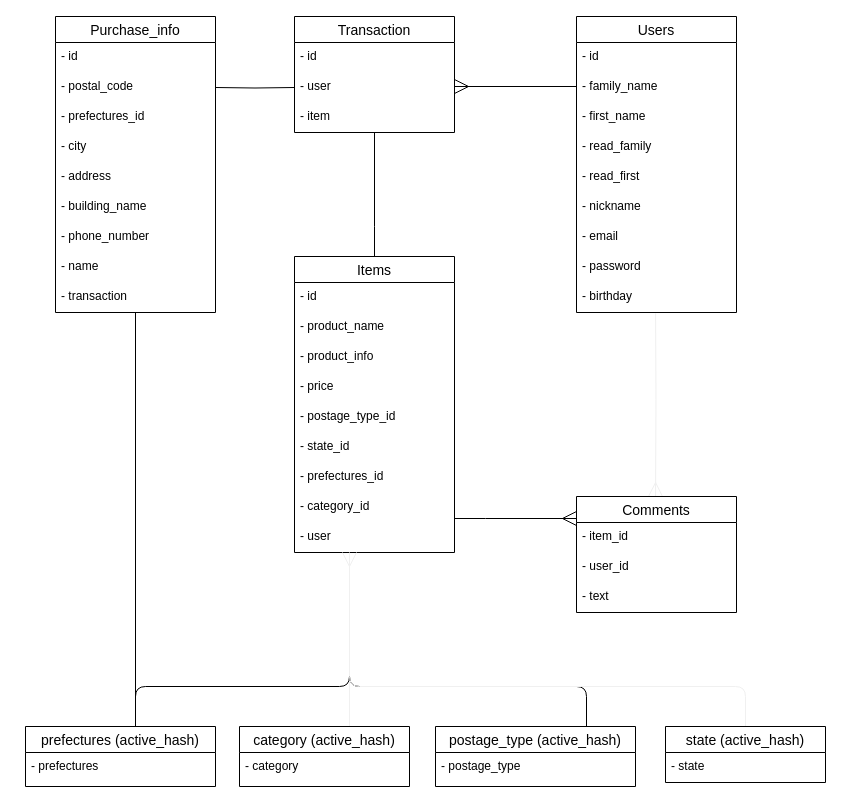
Before: erd.dio in syunryokei/furima-35656, a draw.io diagram. Source tidied: cells renumbered, new cells numbered last; positions are measured from the earlier drawing's top-left corner, leaving out a move shared by most shapes. Both pictures are drawn from the tidied source at 100%, with x=0, y=0 at pixel (25, 16).
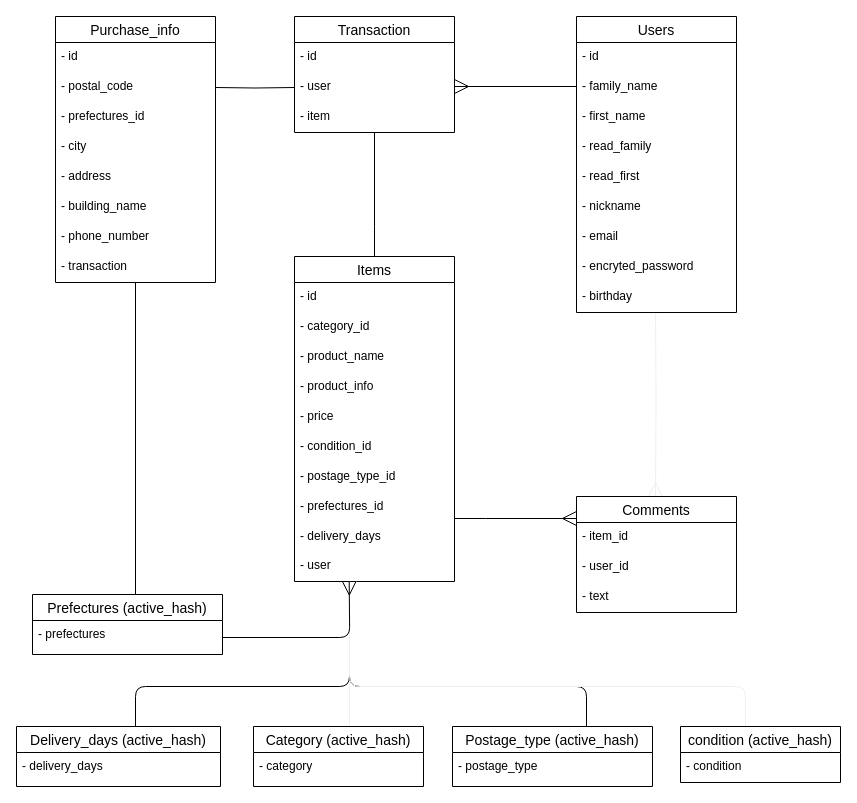
After the change.

The change refers to these unchanged cells:
```xml
<mxCell id="2" value="Users" style="swimlane;fontStyle=0;horizontal=1;startSize=26;align=center;fontSize=14;direction=east;" parent="1" vertex="1">
  <mxGeometry x="551" width="160" height="296" as="geometry" />
</mxCell>
```

Diff of the diagram source:
```diff
@@
-    <mxCell id="10" value="- password" style="text;strokeColor=none;fillColor=none;spacingLeft=4;spacingRight=4;overflow=hidden;fontSize=12;" parent="2" vertex="1">
+    <mxCell id="10" value="- encryted_password" style="text;strokeColor=none;fillColor=none;spacingLeft=4;spacingRight=4;overflow=hidden;fontSize=12;" parent="2" vertex="1">
       <mxGeometry y="236" width="160" height="30" as="geometry" />
     </mxCell>
@@
     <mxCell id="13" value="Items" style="swimlane;fontStyle=0;horizontal=1;startSize=26;align=center;fontSize=14;" parent="1" vertex="1">
-      <mxGeometry x="269" y="240" width="160" height="296" as="geometry" />
+      <mxGeometry x="269" y="240" width="160" height="325" as="geometry" />
     </mxCell>
@@
+    <mxCell id="21" value="- category_id" style="text;strokeColor=none;fillColor=none;spacingLeft=4;spacingRight=4;overflow=hidden;fontSize=12;" parent="13" vertex="1">
+      <mxGeometry y="56" width="160" height="30" as="geometry" />
+    </mxCell>
     <mxCell id="15" value="- product_name" style="text;strokeColor=none;fillColor=none;spacingLeft=4;spacingRight=4;overflow=hidden;fontSize=12;" parent="13" vertex="1">
-      <mxGeometry y="56" width="160" height="30" as="geometry" />
+      <mxGeometry y="86" width="160" height="30" as="geometry" />
     </mxCell>
     <mxCell id="16" value="- product_info" style="text;strokeColor=none;fillColor=none;spacingLeft=4;spacingRight=4;overflow=hidden;fontSize=12;" parent="13" vertex="1">
-      <mxGeometry y="86" width="160" height="30" as="geometry" />
+      <mxGeometry y="116" width="160" height="30" as="geometry" />
     </mxCell>
     <mxCell id="17" value="- price" style="text;strokeColor=none;fillColor=none;spacingLeft=4;spacingRight=4;overflow=hidden;fontSize=12;" parent="13" vertex="1">
-      <mxGeometry y="116" width="160" height="30" as="geometry" />
+      <mxGeometry y="146" width="160" height="30" as="geometry" />
     </mxCell>
+    <mxCell id="19" value="- condition_id" style="text;strokeColor=none;fillColor=none;spacingLeft=4;spacingRight=4;overflow=hidden;fontSize=12;" parent="13" vertex="1">
+      <mxGeometry y="176" width="160" height="30" as="geometry" />
+    </mxCell>
     <mxCell id="18" value="- postage_type_id" style="text;strokeColor=none;fillColor=none;spacingLeft=4;spacingRight=4;overflow=hidden;fontSize=12;" parent="13" vertex="1">
-      <mxGeometry y="146" width="160" height="30" as="geometry" />
+      <mxGeometry y="206" width="160" height="30" as="geometry" />
     </mxCell>
-    <mxCell id="19" value="- state_id" style="text;strokeColor=none;fillColor=none;spacingLeft=4;spacingRight=4;overflow=hidden;fontSize=12;" parent="13" vertex="1">
-      <mxGeometry y="176" width="160" height="30" as="geometry" />
-    </mxCell>
     <mxCell id="20" value="- prefectures_id" style="text;strokeColor=none;fillColor=none;spacingLeft=4;spacingRight=4;overflow=hidden;fontSize=12;" parent="13" vertex="1">
-      <mxGeometry y="206" width="160" height="30" as="geometry" />
+      <mxGeometry y="236" width="160" height="30" as="geometry" />
     </mxCell>
-    <mxCell id="21" value="- category_id" style="text;strokeColor=none;fillColor=none;spacingLeft=4;spacingRight=4;overflow=hidden;fontSize=12;" parent="13" vertex="1">
-      <mxGeometry y="236" width="160" height="30" as="geometry" />
-    </mxCell>
+    <mxCell id="58" value="- delivery_days" style="text;strokeColor=none;fillColor=none;spacingLeft=4;spacingRight=4;overflow=hidden;fontSize=12;" parent="13" vertex="1">
+      <mxGeometry y="266" width="160" height="29" as="geometry" />
+    </mxCell>
     <mxCell id="22" value="- user" style="text;strokeColor=none;fillColor=none;spacingLeft=4;spacingRight=4;overflow=hidden;points=[[0,0.5],[1,0.5]];portConstraint=eastwest;fontSize=12;" parent="13" vertex="1">
-      <mxGeometry y="266" width="160" height="30" as="geometry" />
+      <mxGeometry y="295" width="160" height="30" as="geometry" />
     </mxCell>
@@
-    <mxCell id="24" value="category (active_hash)" style="swimlane;fontStyle=0;horizontal=1;startSize=26;align=center;fontSize=14;" parent="1" vertex="1">
-      <mxGeometry x="214" y="710" width="170" height="60" as="geometry" />
+    <mxCell id="24" value="Category (active_hash)" style="swimlane;fontStyle=0;horizontal=1;startSize=26;align=center;fontSize=14;" parent="1" vertex="1">
+      <mxGeometry x="228" y="710" width="170" height="60" as="geometry" />
     </mxCell>
@@
-    <mxCell id="26" value="prefectures (active_hash)" style="swimlane;fontStyle=0;horizontal=1;startSize=26;align=center;fontSize=14;" parent="1" vertex="1">
-      <mxGeometry y="710" width="190" height="60" as="geometry" />
+    <mxCell id="26" value="Delivery_days (active_hash)" style="swimlane;fontStyle=0;horizontal=1;startSize=26;align=center;fontSize=14;" parent="1" vertex="1">
+      <mxGeometry x="-9" y="710" width="204" height="60" as="geometry" />
     </mxCell>
-    <mxCell id="27" value="- prefectures" style="text;strokeColor=none;fillColor=none;spacingLeft=4;spacingRight=4;overflow=hidden;fontSize=12;" parent="26" vertex="1">
-      <mxGeometry y="26" width="190" height="34" as="geometry" />
+    <mxCell id="27" value="- delivery_days" style="text;strokeColor=none;fillColor=none;spacingLeft=4;spacingRight=4;overflow=hidden;fontSize=12;" parent="26" vertex="1">
+      <mxGeometry y="26" width="204" height="34" as="geometry" />
     </mxCell>
-    <mxCell id="28" value="postage_type (active_hash)" style="swimlane;fontStyle=0;horizontal=1;startSize=26;align=center;fontSize=14;" parent="1" vertex="1">
-      <mxGeometry x="410" y="710" width="200" height="60" as="geometry" />
+    <mxCell id="28" value="Postage_type (active_hash)" style="swimlane;fontStyle=0;horizontal=1;startSize=26;align=center;fontSize=14;" parent="1" vertex="1">
+      <mxGeometry x="427" y="710" width="200" height="60" as="geometry" />
     </mxCell>
@@
-    <mxCell id="41" style="edgeStyle=orthogonalEdgeStyle;rounded=1;jumpSize=6;jettySize=auto;html=1;exitX=0.5;exitY=0;exitDx=0;exitDy=0;startArrow=none;startFill=0;endArrow=none;endFill=0;startSize=12;endSize=12;strokeColor=#f0f0f0;" parent="1" edge="1" source="42" target="22">
+    <mxCell id="41" style="edgeStyle=orthogonalEdgeStyle;rounded=1;jumpSize=6;jettySize=auto;html=1;startArrow=none;startFill=0;endArrow=none;endFill=0;startSize=12;endSize=12;strokeColor=#f0f0f0;" parent="1" edge="1" source="42" target="22">
       <mxGeometry relative="1" as="geometry">
         <Array as="points">
           <mxPoint x="720" y="670" />
           <mxPoint x="324" y="670" />
         </Array>
       </mxGeometry>
     </mxCell>
-    <mxCell id="42" value="state (active_hash)" style="swimlane;fontStyle=0;horizontal=1;startSize=26;align=center;fontSize=14;" parent="1" vertex="1">
-      <mxGeometry x="640" y="710" width="160" height="56" as="geometry" />
+    <mxCell id="42" value="condition (active_hash)" style="swimlane;fontStyle=0;horizontal=1;startSize=26;align=center;fontSize=14;" parent="1" vertex="1">
+      <mxGeometry x="655" y="710" width="160" height="56" as="geometry" />
     </mxCell>
-    <mxCell id="43" value="- state" style="text;strokeColor=none;fillColor=none;spacingLeft=4;spacingRight=4;overflow=hidden;fontSize=12;" parent="42" vertex="1">
+    <mxCell id="43" value="- condition" style="text;strokeColor=none;fillColor=none;spacingLeft=4;spacingRight=4;overflow=hidden;fontSize=12;" parent="42" vertex="1">
       <mxGeometry y="26" width="160" height="30" as="geometry" />
     </mxCell>
-    <mxCell id="44" style="edgeStyle=orthogonalEdgeStyle;rounded=0;jettySize=auto;html=1;entryX=0.579;entryY=0;entryDx=0;entryDy=0;entryPerimeter=0;endArrow=none;endFill=0;" parent="1" edge="1" source="45" target="26">
-      <mxGeometry relative="1" as="geometry" />
+    <mxCell id="44" style="edgeStyle=orthogonalEdgeStyle;rounded=0;jettySize=auto;html=1;endArrow=none;endFill=0;entryX=0.5;entryY=0;entryDx=0;entryDy=0;" parent="1" edge="1" source="45" target="59">
+      <mxGeometry relative="1" as="geometry">
+        <Array as="points">
+          <mxPoint x="110" y="578" />
+        </Array>
+      </mxGeometry>
     </mxCell>
     <mxCell id="45" value="Purchase_info" style="swimlane;fontStyle=0;horizontal=1;startSize=26;align=center;fontSize=14;" parent="1" vertex="1">
-      <mxGeometry x="30" width="160" height="296" as="geometry" />
+      <mxGeometry x="30" width="160" height="266" as="geometry" />
     </mxCell>
@@
-    <mxCell id="53" value="- name" style="text;strokeColor=none;fillColor=none;spacingLeft=4;spacingRight=4;overflow=hidden;fontSize=12;" parent="45" vertex="1">
-      <mxGeometry y="236" width="160" height="30" as="geometry" />
-    </mxCell>
     <mxCell id="54" value="- transaction" style="text;strokeColor=none;fillColor=none;spacingLeft=4;spacingRight=4;overflow=hidden;fontSize=12;" parent="45" vertex="1">
-      <mxGeometry y="266" width="160" height="30" as="geometry" />
+      <mxGeometry y="236" width="160" height="30" as="geometry" />
     </mxCell>
@@
+    <mxCell id="59" value="Prefectures (active_hash)" style="swimlane;fontStyle=0;horizontal=1;startSize=26;align=center;fontSize=14;" parent="1" vertex="1">
+      <mxGeometry x="7" y="578" width="190" height="60" as="geometry" />
+    </mxCell>
+    <mxCell id="60" value="- prefectures" style="text;strokeColor=none;fillColor=none;spacingLeft=4;spacingRight=4;overflow=hidden;points=[[0,0.5],[1,0.5]];portConstraint=eastwest;fontSize=12;" parent="59" vertex="1">
+      <mxGeometry y="26" width="190" height="34" as="geometry" />
+    </mxCell>
+    <mxCell id="61" style="edgeStyle=orthogonalEdgeStyle;rounded=1;jettySize=auto;html=1;exitX=1;exitY=0.5;exitDx=0;exitDy=0;entryX=0.142;entryY=0.984;entryDx=0;entryDy=0;entryPerimeter=0;endArrow=ERmany;endFill=0;endSize=12;" parent="1" edge="1" source="60">
+      <mxGeometry relative="1" as="geometry">
+        <mxPoint x="323.7" y="564.5" as="targetPoint" />
+      </mxGeometry>
+    </mxCell>
```
